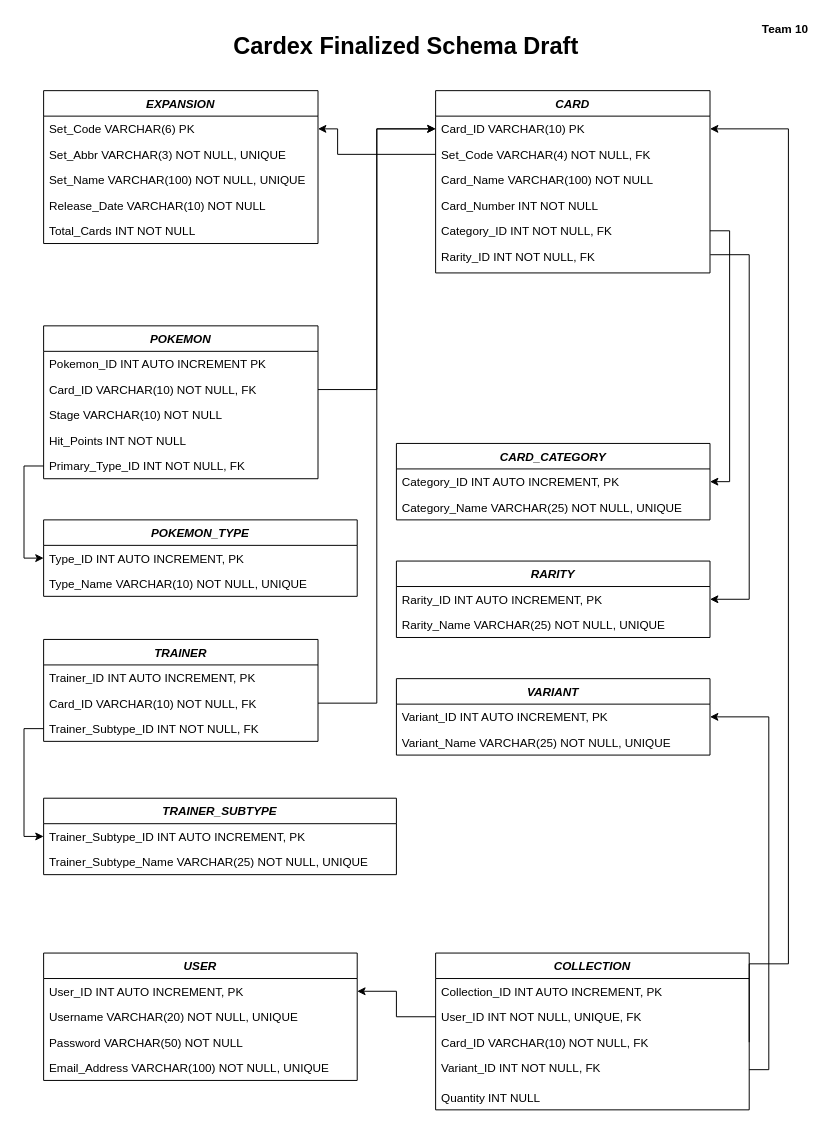
The draw.io diagram Schemas/Cardex Schema.drawio in ChristianDedios23/Cardex, before the edit. Source tidied: cells renumbered, new cells numbered last; positions are measured from the earlier drawing's top-left corner, leaving out a move shared by most shapes. Both pictures are drawn from the tidied source at 98%, with x=0, y=0 at pixel (43, 22).
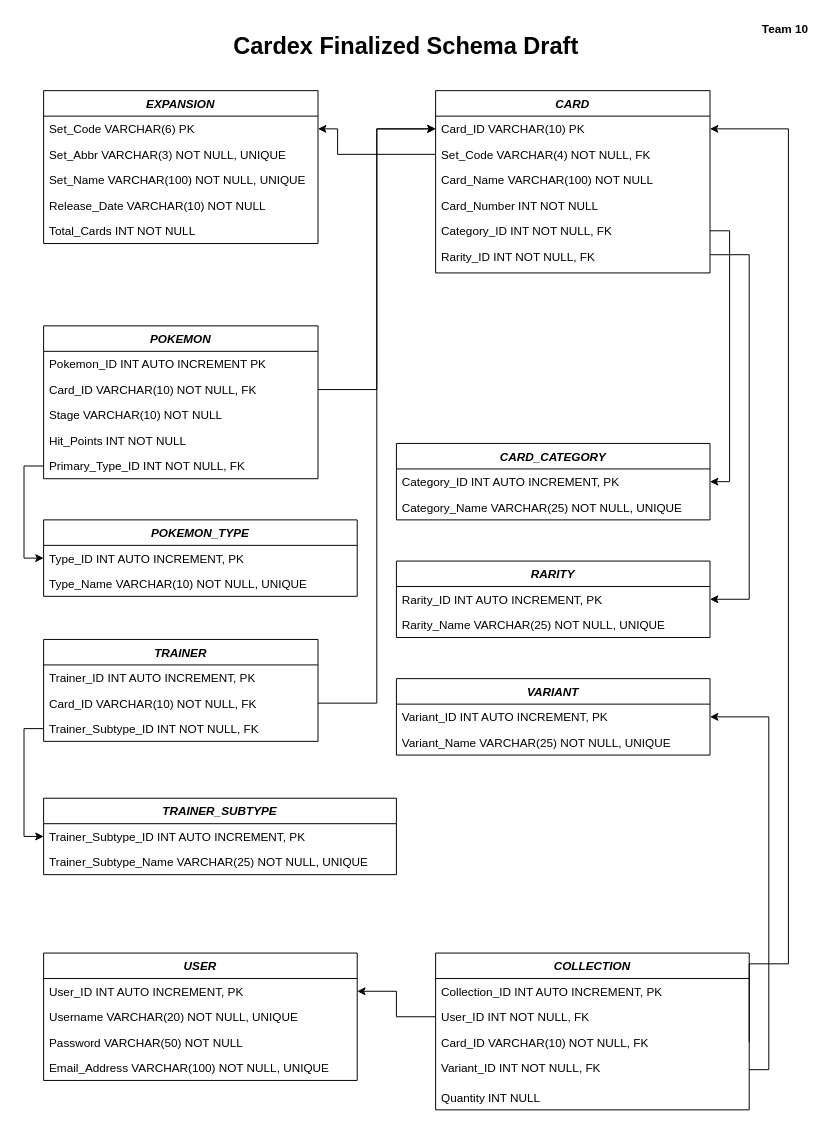
After the change.

Commit message (it also covers changes not shown here):
removed unique from collection.user_id + updated schema

The change refers to these unchanged cells:
```xml
<mxCell id="44" value="COLLECTION" style="swimlane;fontStyle=3;align=center;verticalAlign=top;horizontal=1;startSize=26;rounded=0;shadow=0;strokeWidth=1;" parent="1" vertex="1">
  <mxGeometry x="400" y="950" width="320" height="160" as="geometry" />
</mxCell>
```

The edit, as a diff of the source:
```diff
@@
-    <mxCell id="46" value="User_ID INT NOT NULL, UNIQUE, FK" style="text;align=left;verticalAlign=top;spacingLeft=4;spacingRight=4;overflow=hidden;points=[[0,0.5],[1,0.5]];portConstraint=eastwest;rounded=0;shadow=0;html=0;" parent="44" vertex="1">
+    <mxCell id="46" value="User_ID INT NOT NULL, FK" style="text;align=left;verticalAlign=top;spacingLeft=4;spacingRight=4;overflow=hidden;points=[[0,0.5],[1,0.5]];portConstraint=eastwest;rounded=0;shadow=0;html=0;" parent="44" vertex="1">
       <mxGeometry y="52" width="320" height="26" as="geometry" />
     </mxCell>
```
